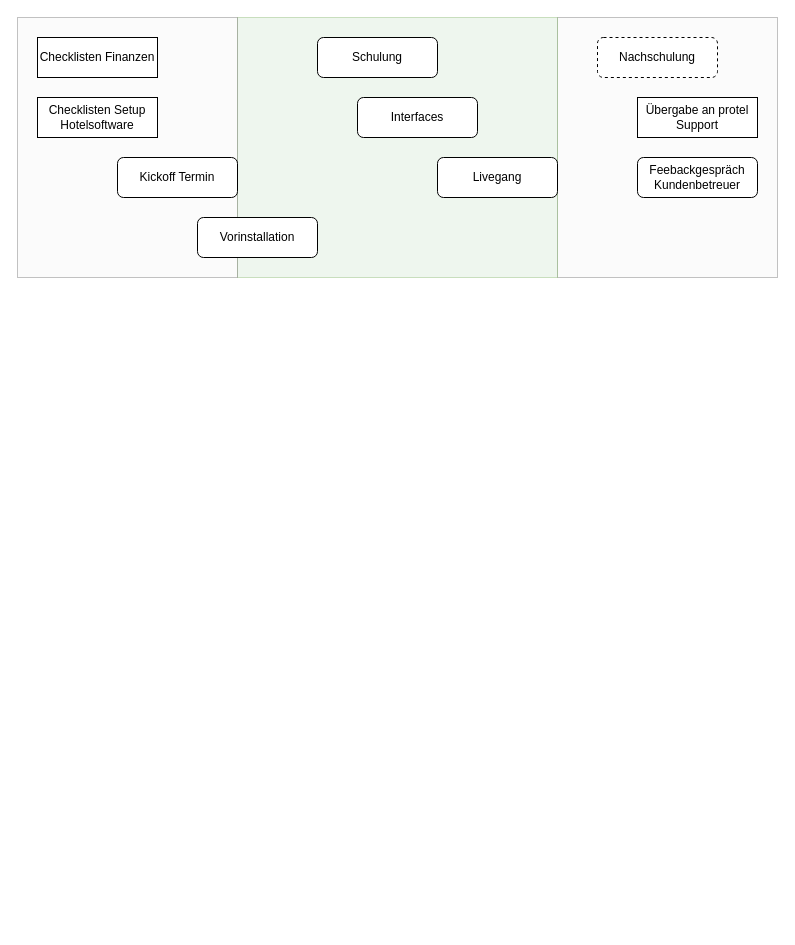
Above: Idee 2 Visualisierung Projektablauf.drawio in pro-banic/draw.io (draw.io), before the change. Source tidied: cells renumbered, new cells numbered last; positions are measured from the earlier drawing's top-left corner, leaving out a move shared by most shapes. Both pictures are drawn from the tidied source at 100%, with x=0, y=0 at pixel (17, 17).
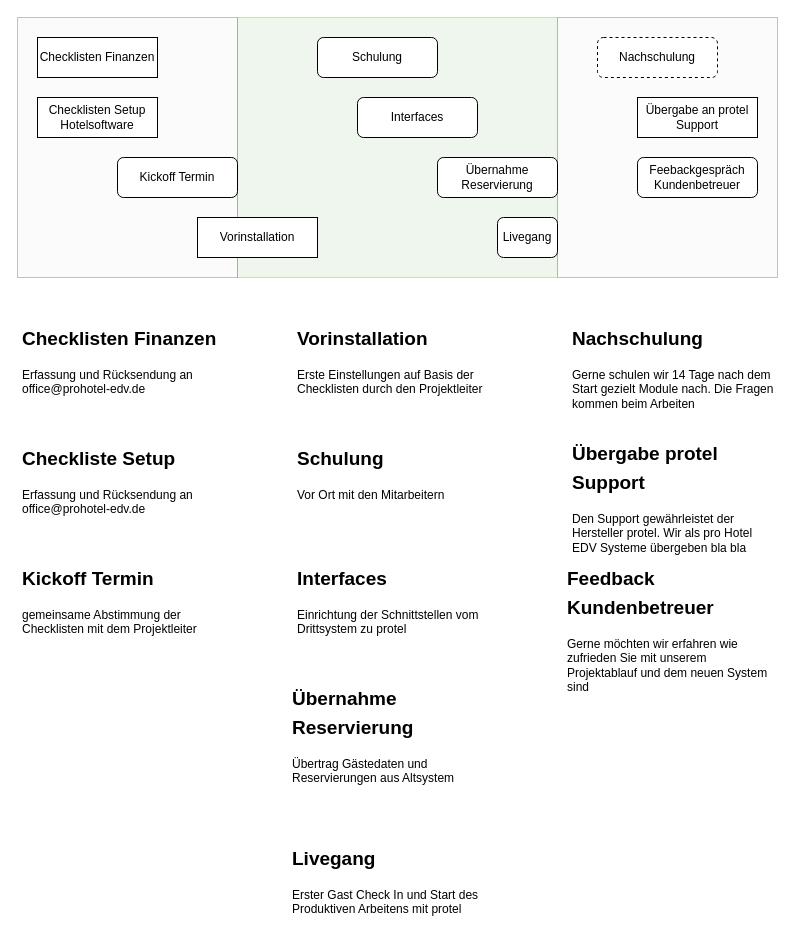
After the change.

Commit message:
Erklärungen der einzelnen Schritte

What changed in the source:
```diff
@@
-    <mxCell id="9" value="Vorinstallation" style="rounded=1;whiteSpace=wrap;html=1;" parent="1" vertex="1">
-      <mxGeometry x="180" y="200" width="120" height="40" as="geometry" />
-    </mxCell>
@@
-    <mxCell id="11" value="Livegang" style="rounded=1;whiteSpace=wrap;html=1;" parent="1" vertex="1">
-      <mxGeometry x="420" y="140" width="120" height="40" as="geometry" />
+    <mxCell id="11" value="Livegang" style="rounded=1;whiteSpace=wrap;html=1;shadow=0;glass=0;sketch=0;" parent="1" vertex="1">
+      <mxGeometry x="480" y="200" width="60" height="40" as="geometry" />
     </mxCell>
@@
+    <mxCell id="15" value="&lt;h1&gt;&lt;font style=&quot;font-size: 19px&quot;&gt;Checklisten Finanzen&lt;/font&gt;&lt;/h1&gt;&lt;p&gt;Erfassung und Rücksendung an office@prohotel-edv.de&lt;/p&gt;" style="text;html=1;strokeColor=none;fillColor=none;spacing=5;spacingTop=-20;whiteSpace=wrap;overflow=hidden;rounded=0;dashed=1;opacity=40;" parent="1" vertex="1">
+      <mxGeometry y="300" width="210" height="90" as="geometry" />
+    </mxCell>
+    <mxCell id="16" value="&lt;h1&gt;&lt;font style=&quot;font-size: 19px&quot;&gt;Checkliste Setup&lt;/font&gt;&lt;/h1&gt;&lt;p&gt;Erfassung und Rücksendung an office@prohotel-edv.de&lt;/p&gt;" style="text;html=1;strokeColor=none;fillColor=none;spacing=5;spacingTop=-20;whiteSpace=wrap;overflow=hidden;rounded=0;dashed=1;opacity=40;" parent="1" vertex="1">
+      <mxGeometry y="420" width="210" height="90" as="geometry" />
+    </mxCell>
+    <mxCell id="17" value="&lt;h1&gt;&lt;font style=&quot;font-size: 19px&quot;&gt;Kickoff Termin&lt;/font&gt;&lt;/h1&gt;&lt;p&gt;gemeinsame Abstimmung der&amp;nbsp; Checklisten mit dem Projektleiter&lt;/p&gt;" style="text;html=1;strokeColor=none;fillColor=none;spacing=5;spacingTop=-20;whiteSpace=wrap;overflow=hidden;rounded=0;dashed=1;opacity=40;" parent="1" vertex="1">
+      <mxGeometry y="540" width="210" height="90" as="geometry" />
+    </mxCell>
+    <mxCell id="18" value="&lt;h1&gt;&lt;font style=&quot;font-size: 19px&quot;&gt;Vorinstallation&lt;/font&gt;&lt;/h1&gt;&lt;p&gt;Erste Einstellungen auf Basis der Checklisten durch den Projektleiter&lt;/p&gt;" style="text;html=1;strokeColor=none;fillColor=none;spacing=5;spacingTop=-20;whiteSpace=wrap;overflow=hidden;rounded=0;dashed=1;opacity=40;" parent="1" vertex="1">
+      <mxGeometry x="275" y="300" width="210" height="90" as="geometry" />
+    </mxCell>
+    <mxCell id="9" value="Vorinstallation" style="rounded=0;whiteSpace=wrap;html=1;" parent="1" vertex="1">
+      <mxGeometry x="180" y="200" width="120" height="40" as="geometry" />
+    </mxCell>
+    <mxCell id="19" value="&lt;h1&gt;&lt;font style=&quot;font-size: 19px&quot;&gt;Schulung&lt;/font&gt;&lt;/h1&gt;&lt;p&gt;Vor Ort mit den Mitarbeitern&amp;nbsp;&lt;/p&gt;" style="text;html=1;strokeColor=none;fillColor=none;spacing=5;spacingTop=-20;whiteSpace=wrap;overflow=hidden;rounded=0;dashed=1;opacity=40;" parent="1" vertex="1">
+      <mxGeometry x="275" y="420" width="210" height="90" as="geometry" />
+    </mxCell>
+    <mxCell id="20" value="&lt;h1&gt;&lt;font style=&quot;font-size: 19px&quot;&gt;Interfaces&lt;/font&gt;&lt;/h1&gt;&lt;p&gt;Einrichtung der Schnittstellen vom Drittsystem zu protel&amp;nbsp;&lt;/p&gt;" style="text;html=1;strokeColor=none;fillColor=none;spacing=5;spacingTop=-20;whiteSpace=wrap;overflow=hidden;rounded=0;dashed=1;opacity=40;" parent="1" vertex="1">
+      <mxGeometry x="275" y="540" width="210" height="90" as="geometry" />
+    </mxCell>
+    <mxCell id="21" value="&lt;h1&gt;&lt;span style=&quot;font-size: 19px&quot;&gt;Livegang&lt;/span&gt;&lt;/h1&gt;&lt;p&gt;Erster Gast Check In und Start des Produktiven Arbeitens mit protel&lt;/p&gt;" style="text;html=1;strokeColor=none;fillColor=none;spacing=5;spacingTop=-20;whiteSpace=wrap;overflow=hidden;rounded=0;dashed=1;opacity=40;" parent="1" vertex="1">
+      <mxGeometry x="270" y="820" width="210" height="90" as="geometry" />
+    </mxCell>
+    <mxCell id="22" value="Übernahme Reservierung" style="rounded=1;whiteSpace=wrap;html=1;" parent="1" vertex="1">
+      <mxGeometry x="420" y="140" width="120" height="40" as="geometry" />
+    </mxCell>
+    <mxCell id="23" value="&lt;h1&gt;&lt;span style=&quot;font-size: 19px&quot;&gt;Übernahme Reservierung&lt;/span&gt;&lt;/h1&gt;&lt;p&gt;Übertrag Gästedaten und Reservierungen aus Altsystem&lt;/p&gt;" style="text;html=1;strokeColor=none;fillColor=none;spacing=5;spacingTop=-20;whiteSpace=wrap;overflow=hidden;rounded=0;dashed=1;opacity=40;" parent="1" vertex="1">
+      <mxGeometry x="270" y="660" width="210" height="120" as="geometry" />
+    </mxCell>
+    <mxCell id="24" value="&lt;h1&gt;&lt;font style=&quot;font-size: 19px&quot;&gt;Nachschulung&lt;/font&gt;&lt;/h1&gt;&lt;p&gt;Gerne schulen wir 14 Tage nach dem Start gezielt Module nach. Die Fragen kommen beim Arbeiten&lt;/p&gt;" style="text;html=1;strokeColor=none;fillColor=none;spacing=5;spacingTop=-20;whiteSpace=wrap;overflow=hidden;rounded=0;dashed=1;opacity=40;" parent="1" vertex="1">
+      <mxGeometry x="550" y="300" width="210" height="100" as="geometry" />
+    </mxCell>
+    <mxCell id="25" value="&lt;h1&gt;&lt;font style=&quot;font-size: 19px&quot;&gt;Übergabe protel Support&lt;/font&gt;&lt;/h1&gt;&lt;p&gt;Den Support gewährleistet der Hersteller protel. Wir als pro Hotel EDV Systeme übergeben bla bla&lt;/p&gt;" style="text;html=1;strokeColor=none;fillColor=none;spacing=5;spacingTop=-20;whiteSpace=wrap;overflow=hidden;rounded=0;dashed=1;opacity=40;" parent="1" vertex="1">
+      <mxGeometry x="550" y="415" width="210" height="125" as="geometry" />
+    </mxCell>
+    <mxCell id="26" value="&lt;h1&gt;&lt;font style=&quot;font-size: 19px&quot;&gt;Feedback Kundenbetreuer&lt;/font&gt;&lt;/h1&gt;&lt;p&gt;Gerne möchten wir erfahren wie zufrieden Sie mit unserem Projektablauf und dem neuen System sind&lt;/p&gt;" style="text;html=1;strokeColor=none;fillColor=none;spacing=5;spacingTop=-20;whiteSpace=wrap;overflow=hidden;rounded=0;dashed=1;opacity=40;" parent="1" vertex="1">
+      <mxGeometry x="545" y="540" width="210" height="140" as="geometry" />
+    </mxCell>
```
